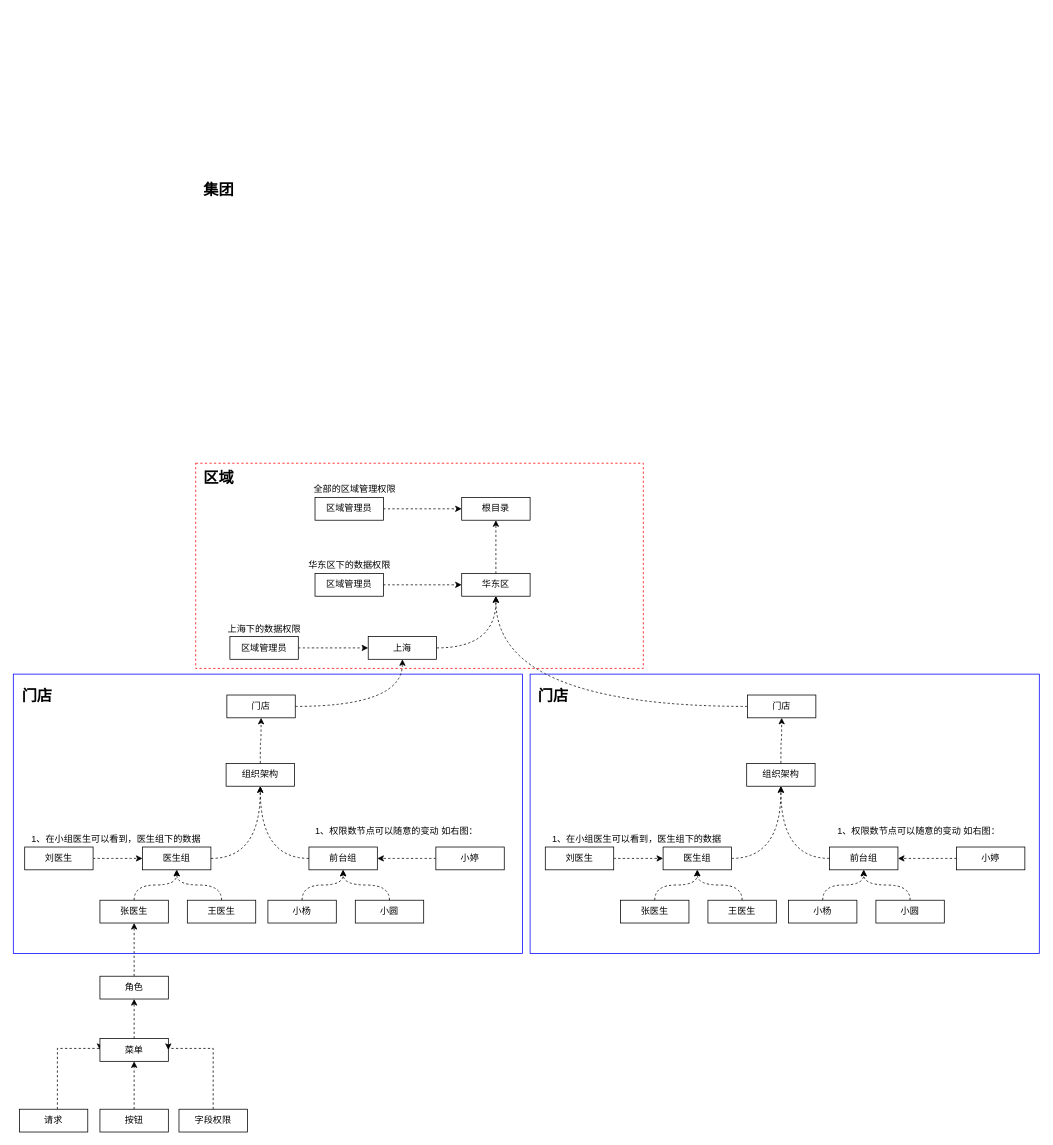
cherishsince/diagrams.net keeps this draw.io diagram as 牙管家/牙管家-完整sass权限.drawio. Above is the earlier version. Source tidied: cells renumbered, new cells numbered last; positions are measured from the earlier drawing's top-left corner, leaving out a move shared by most shapes. Both pictures are drawn from the tidied source at 76%, with x=0, y=0 at pixel (13, 182).
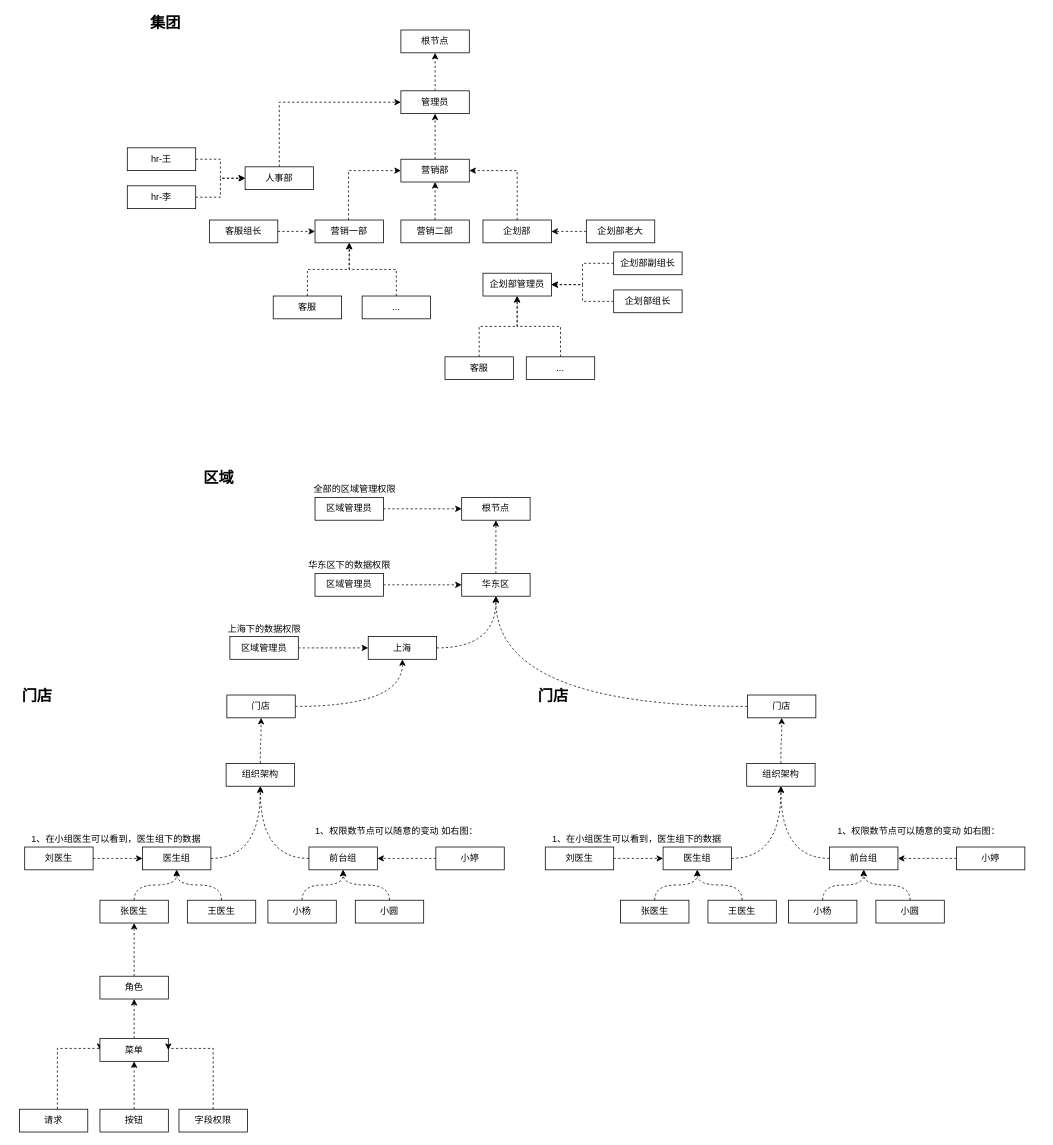
After the change.

Commit message:
更新牙管家-完整sass权限.drawio

The edit, as a diff of the source:
```diff
@@
-    <mxCell id="2" style="rounded=0;whiteSpace=wrap;html=1;dashed=1;strokeColor=#FF0000;" parent="1" vertex="1">
-      <mxGeometry x="240" y="370" width="589" height="270" as="geometry" />
-    </mxCell>
-    <mxCell id="3" style="rounded=0;whiteSpace=wrap;html=1;strokeColor=#0000FF;" parent="1" vertex="1">
-      <mxGeometry x="680" y="647.5" width="670" height="367.5" as="geometry" />
-    </mxCell>
-    <mxCell id="4" style="rounded=0;whiteSpace=wrap;html=1;strokeColor=#0000FF;" parent="1" vertex="1">
-      <mxGeometry y="647.5" width="670" height="367.5" as="geometry" />
-    </mxCell>
@@
-    <mxCell id="58" value="根目录" style="rounded=0;whiteSpace=wrap;html=1;" parent="1" vertex="1">
+    <mxCell id="58" value="根节点" style="rounded=0;whiteSpace=wrap;html=1;" parent="1" vertex="1">
       <mxGeometry x="590" y="415" width="90" height="30" as="geometry" />
     </mxCell>
@@
     <mxCell id="76" value="&lt;span style=&quot;font-size: 20px&quot;&gt;&lt;b&gt;集团&lt;/b&gt;&lt;/span&gt;" style="text;html=1;align=center;verticalAlign=middle;strokeColor=none;" parent="1" vertex="1">
-      <mxGeometry x="240" width="60" height="20" as="geometry" />
+      <mxGeometry x="170" y="-220" width="60" height="20" as="geometry" />
     </mxCell>
+    <mxCell id="77" value="根节点" style="rounded=0;whiteSpace=wrap;html=1;" parent="1" vertex="1">
+      <mxGeometry x="510" y="-200" width="90" height="30" as="geometry" />
+    </mxCell>
+    <mxCell id="78" style="edgeStyle=orthogonalEdgeStyle;rounded=0;jettySize=auto;html=1;entryX=0;entryY=0.5;entryDx=0;entryDy=0;dashed=1;" parent="1" edge="1" source="79" target="81">
+      <mxGeometry relative="1" as="geometry">
+        <Array as="points">
+          <mxPoint x="441" y="-15" />
+        </Array>
+      </mxGeometry>
+    </mxCell>
+    <mxCell id="79" value="营销一部" style="rounded=0;whiteSpace=wrap;html=1;" parent="1" vertex="1">
+      <mxGeometry x="397" y="50" width="90" height="30" as="geometry" />
+    </mxCell>
+    <mxCell id="80" style="edgeStyle=orthogonalEdgeStyle;rounded=0;jettySize=auto;html=1;dashed=1;" parent="1" edge="1" source="81" target="87">
+      <mxGeometry relative="1" as="geometry" />
+    </mxCell>
+    <mxCell id="81" value="营销部" style="rounded=0;whiteSpace=wrap;html=1;" parent="1" vertex="1">
+      <mxGeometry x="510" y="-30" width="90" height="30" as="geometry" />
+    </mxCell>
+    <mxCell id="82" style="edgeStyle=orthogonalEdgeStyle;rounded=0;jettySize=auto;html=1;dashed=1;" parent="1" edge="1" source="83" target="81">
+      <mxGeometry relative="1" as="geometry" />
+    </mxCell>
+    <mxCell id="83" value="营销二部" style="rounded=0;whiteSpace=wrap;html=1;" parent="1" vertex="1">
+      <mxGeometry x="510" y="50" width="90" height="30" as="geometry" />
+    </mxCell>
+    <mxCell id="84" style="edgeStyle=orthogonalEdgeStyle;rounded=0;jettySize=auto;html=1;entryX=1;entryY=0.5;entryDx=0;entryDy=0;dashed=1;" parent="1" edge="1" source="85" target="81">
+      <mxGeometry relative="1" as="geometry">
+        <Array as="points">
+          <mxPoint x="663" y="-15" />
+        </Array>
+      </mxGeometry>
+    </mxCell>
+    <mxCell id="85" value="企划部" style="rounded=0;whiteSpace=wrap;html=1;" parent="1" vertex="1">
+      <mxGeometry x="618" y="50" width="90" height="30" as="geometry" />
+    </mxCell>
+    <mxCell id="86" style="edgeStyle=orthogonalEdgeStyle;rounded=0;jettySize=auto;html=1;dashed=1;" parent="1" edge="1" source="87" target="77">
+      <mxGeometry relative="1" as="geometry" />
+    </mxCell>
+    <mxCell id="87" value="管理员" style="rounded=0;whiteSpace=wrap;html=1;" parent="1" vertex="1">
+      <mxGeometry x="510" y="-120" width="90" height="30" as="geometry" />
+    </mxCell>
+    <mxCell id="88" style="edgeStyle=orthogonalEdgeStyle;rounded=0;jettySize=auto;html=1;entryX=0;entryY=0.5;entryDx=0;entryDy=0;dashed=1;" parent="1" edge="1" source="89" target="87">
+      <mxGeometry relative="1" as="geometry">
+        <Array as="points">
+          <mxPoint x="350" y="-105" />
+        </Array>
+      </mxGeometry>
+    </mxCell>
+    <mxCell id="89" value="人事部" style="rounded=0;whiteSpace=wrap;html=1;" parent="1" vertex="1">
+      <mxGeometry x="305" y="-20" width="90" height="30" as="geometry" />
+    </mxCell>
+    <mxCell id="90" style="edgeStyle=orthogonalEdgeStyle;rounded=0;jettySize=auto;html=1;entryX=0;entryY=0.5;entryDx=0;entryDy=0;dashed=1;" parent="1" edge="1" source="91" target="79">
+      <mxGeometry relative="1" as="geometry" />
+    </mxCell>
+    <mxCell id="91" value="客服组长" style="rounded=0;whiteSpace=wrap;html=1;" parent="1" vertex="1">
+      <mxGeometry x="258" y="50" width="90" height="30" as="geometry" />
+    </mxCell>
+    <mxCell id="92" style="edgeStyle=orthogonalEdgeStyle;rounded=0;jettySize=auto;html=1;entryX=0.5;entryY=1;entryDx=0;entryDy=0;dashed=1;" parent="1" edge="1" source="93" target="79">
+      <mxGeometry relative="1" as="geometry" />
+    </mxCell>
+    <mxCell id="93" value="客服" style="rounded=0;whiteSpace=wrap;html=1;" parent="1" vertex="1">
+      <mxGeometry x="342" y="150" width="90" height="30" as="geometry" />
+    </mxCell>
+    <mxCell id="94" style="edgeStyle=orthogonalEdgeStyle;rounded=0;jettySize=auto;html=1;entryX=0.5;entryY=1;entryDx=0;entryDy=0;dashed=1;" parent="1" edge="1" source="95" target="79">
+      <mxGeometry relative="1" as="geometry" />
+    </mxCell>
+    <mxCell id="95" value="..." style="rounded=0;whiteSpace=wrap;html=1;" parent="1" vertex="1">
+      <mxGeometry x="459" y="150" width="90" height="30" as="geometry" />
+    </mxCell>
+    <mxCell id="96" style="edgeStyle=orthogonalEdgeStyle;rounded=0;jettySize=auto;html=1;dashed=1;" parent="1" edge="1" source="97" target="104">
+      <mxGeometry relative="1" as="geometry" />
+    </mxCell>
+    <mxCell id="97" value="客服" style="rounded=0;whiteSpace=wrap;html=1;" parent="1" vertex="1">
+      <mxGeometry x="568" y="230" width="90" height="30" as="geometry" />
+    </mxCell>
+    <mxCell id="98" style="edgeStyle=orthogonalEdgeStyle;rounded=0;jettySize=auto;html=1;entryX=1;entryY=0.5;entryDx=0;entryDy=0;dashed=1;" parent="1" edge="1" source="99" target="104">
+      <mxGeometry relative="1" as="geometry" />
+    </mxCell>
+    <mxCell id="99" value="企划部组长" style="rounded=0;whiteSpace=wrap;html=1;" parent="1" vertex="1">
+      <mxGeometry x="790" y="142" width="90" height="30" as="geometry" />
+    </mxCell>
+    <mxCell id="100" style="edgeStyle=orthogonalEdgeStyle;rounded=0;jettySize=auto;html=1;entryX=1;entryY=0.5;entryDx=0;entryDy=0;dashed=1;" parent="1" edge="1" source="101" target="104">
+      <mxGeometry relative="1" as="geometry" />
+    </mxCell>
+    <mxCell id="101" value="企划部副组长" style="rounded=0;whiteSpace=wrap;html=1;" parent="1" vertex="1">
+      <mxGeometry x="790" y="92" width="90" height="30" as="geometry" />
+    </mxCell>
+    <mxCell id="102" style="edgeStyle=orthogonalEdgeStyle;rounded=0;jettySize=auto;html=1;dashed=1;" parent="1" edge="1" source="103" target="85">
+      <mxGeometry relative="1" as="geometry" />
+    </mxCell>
+    <mxCell id="103" value="企划部老大" style="rounded=0;whiteSpace=wrap;html=1;" parent="1" vertex="1">
+      <mxGeometry x="754" y="50" width="90" height="30" as="geometry" />
+    </mxCell>
+    <mxCell id="104" value="企划部管理员" style="rounded=0;whiteSpace=wrap;html=1;" parent="1" vertex="1">
+      <mxGeometry x="618" y="120" width="90" height="30" as="geometry" />
+    </mxCell>
+    <mxCell id="105" style="edgeStyle=orthogonalEdgeStyle;rounded=0;jettySize=auto;html=1;entryX=0.5;entryY=1;entryDx=0;entryDy=0;dashed=1;" parent="1" edge="1" source="106" target="104">
+      <mxGeometry relative="1" as="geometry" />
+    </mxCell>
+    <mxCell id="106" value="..." style="rounded=0;whiteSpace=wrap;html=1;" parent="1" vertex="1">
+      <mxGeometry x="675" y="230" width="90" height="30" as="geometry" />
+    </mxCell>
+    <mxCell id="107" style="edgeStyle=orthogonalEdgeStyle;rounded=0;jettySize=auto;html=1;entryX=0;entryY=0.5;entryDx=0;entryDy=0;dashed=1;" parent="1" edge="1" source="108" target="89">
+      <mxGeometry relative="1" as="geometry" />
+    </mxCell>
+    <mxCell id="108" value="hr-王" style="rounded=0;whiteSpace=wrap;html=1;" parent="1" vertex="1">
+      <mxGeometry x="150" y="-45" width="90" height="30" as="geometry" />
+    </mxCell>
+    <mxCell id="109" style="edgeStyle=orthogonalEdgeStyle;rounded=0;jettySize=auto;html=1;entryX=0;entryY=0.5;entryDx=0;entryDy=0;dashed=1;" parent="1" edge="1" source="110" target="89">
+      <mxGeometry relative="1" as="geometry" />
+    </mxCell>
+    <mxCell id="110" value="hr-李" style="rounded=0;whiteSpace=wrap;html=1;" parent="1" vertex="1">
+      <mxGeometry x="150" y="5" width="90" height="30" as="geometry" />
+    </mxCell>
```
